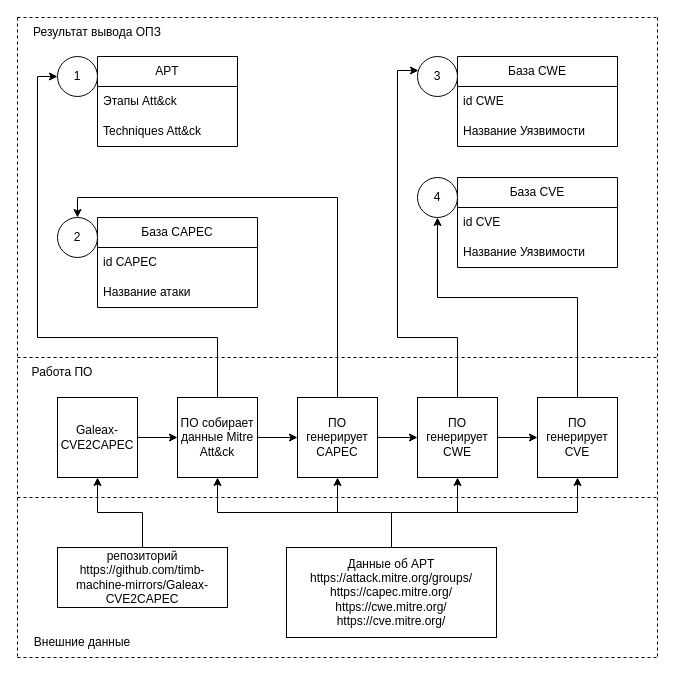
Earlier version of the draw.io diagram New_Shema_OPZ/(Обновленная схема ОПЗ) Входные данные.drawio (SmirnovBogdan8/Diplom). Source tidied: cells renumbered, new cells numbered last; positions are measured from the earlier drawing's top-left corner, leaving out a move shared by most shapes. Both pictures are drawn from the tidied source at 100%, with x=0, y=0 at pixel (17, 17).
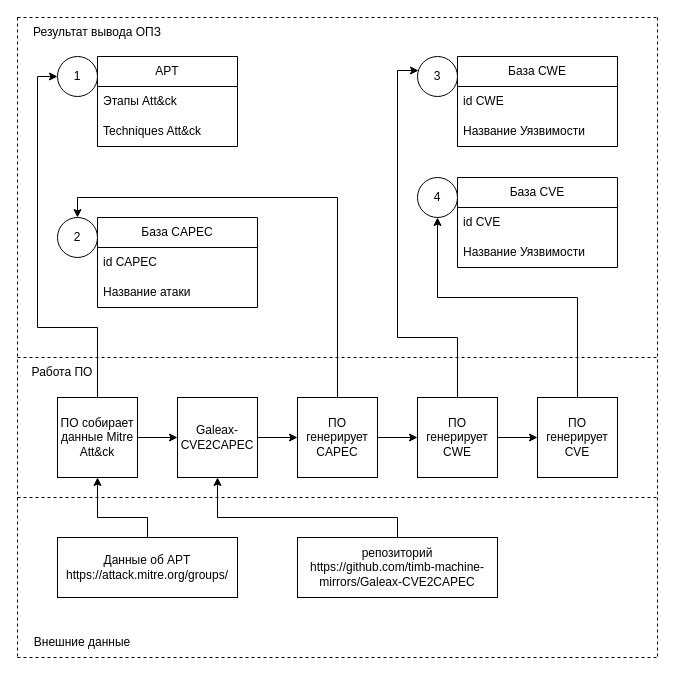
Above is the later version.

The change refers to these unchanged cells:
```xml
<mxCell id="16" value="ПО генерирует CAPEC" style="whiteSpace=wrap;html=1;" parent="1" vertex="1">
  <mxGeometry x="280" y="380" width="80" height="80" as="geometry" />
</mxCell>
<mxCell id="18" value="1" style="ellipse;whiteSpace=wrap;html=1;" parent="1" vertex="1">
  <mxGeometry x="40" y="39" width="40" height="40" as="geometry" />
</mxCell>
<mxCell id="24" value="ПО генерирует&lt;div&gt;CWE&lt;/div&gt;" style="whiteSpace=wrap;html=1;" parent="1" vertex="1">
  <mxGeometry x="400" y="380" width="80" height="80" as="geometry" />
</mxCell>
<mxCell id="26" value="ПО генерирует&lt;div&gt;CVE&lt;/div&gt;" style="whiteSpace=wrap;html=1;" parent="1" vertex="1">
  <mxGeometry x="520" y="380" width="80" height="80" as="geometry" />
</mxCell>
```

The edit, as a diff of the source:
```diff
@@
-    <mxCell id="29" style="edgeStyle=orthogonalEdgeStyle;rounded=0;jettySize=auto;html=1;" parent="1" edge="1" source="31" target="16">
-      <mxGeometry relative="1" as="geometry" />
-    </mxCell>
+    <mxCell id="47" style="edgeStyle=orthogonalEdgeStyle;rounded=0;jettySize=auto;html=1;" parent="1" edge="1" source="31" target="43">
+      <mxGeometry relative="1" as="geometry" />
+    </mxCell>
     <mxCell id="30" style="edgeStyle=orthogonalEdgeStyle;rounded=0;jettySize=auto;html=1;exitX=0.5;exitY=0;exitDx=0;exitDy=0;entryX=0;entryY=0.5;entryDx=0;entryDy=0;" parent="1" edge="1" source="31" target="18">
       <mxGeometry relative="1" as="geometry">
         <Array as="points">
-          <mxPoint x="200" y="320" />
-          <mxPoint x="20" y="320" />
+          <mxPoint x="80" y="310" />
+          <mxPoint x="20" y="310" />
           <mxPoint x="20" y="59" />
         </Array>
       </mxGeometry>
     </mxCell>
     <mxCell id="31" value="ПО собирает данные Mitre Att&amp;amp;ck" style="whiteSpace=wrap;html=1;" parent="1" vertex="1">
-      <mxGeometry x="160" y="380" width="80" height="80" as="geometry" />
+      <mxGeometry x="40" y="380" width="80" height="80" as="geometry" />
     </mxCell>
     <mxCell id="32" style="edgeStyle=orthogonalEdgeStyle;rounded=0;jettySize=auto;html=1;exitX=0.5;exitY=0;exitDx=0;exitDy=0;entryX=0.5;entryY=1;entryDx=0;entryDy=0;" parent="1" edge="1" source="36" target="31">
-      <mxGeometry relative="1" as="geometry" />
+      <mxGeometry relative="1" as="geometry">
+        <Array as="points">
+          <mxPoint x="130" y="500" />
+          <mxPoint x="80" y="500" />
+        </Array>
+      </mxGeometry>
     </mxCell>
-    <mxCell id="33" style="edgeStyle=orthogonalEdgeStyle;rounded=0;jettySize=auto;html=1;exitX=0.5;exitY=0;exitDx=0;exitDy=0;entryX=0.5;entryY=1;entryDx=0;entryDy=0;" parent="1" edge="1" source="36" target="16">
-      <mxGeometry relative="1" as="geometry" />
-    </mxCell>
-    <mxCell id="34" style="edgeStyle=orthogonalEdgeStyle;rounded=0;jettySize=auto;html=1;exitX=0.5;exitY=0;exitDx=0;exitDy=0;entryX=0.5;entryY=1;entryDx=0;entryDy=0;" parent="1" edge="1" source="36" target="24">
-      <mxGeometry relative="1" as="geometry" />
-    </mxCell>
-    <mxCell id="35" style="edgeStyle=orthogonalEdgeStyle;rounded=0;jettySize=auto;html=1;exitX=0.5;exitY=0;exitDx=0;exitDy=0;entryX=0.5;entryY=1;entryDx=0;entryDy=0;" parent="1" edge="1" source="36" target="26">
-      <mxGeometry relative="1" as="geometry" />
-    </mxCell>
-    <mxCell id="36" value="Данные об APT&lt;br&gt;https://attack.mitre.org/groups/&lt;div&gt;https://capec.mitre.org/&lt;br&gt;&lt;/div&gt;&lt;div&gt;https://cwe.mitre.org/&lt;br&gt;&lt;/div&gt;&lt;div&gt;https://cve.mitre.org/&lt;br&gt;&lt;/div&gt;" style="rounded=0;whiteSpace=wrap;html=1;" parent="1" vertex="1">
-      <mxGeometry x="269" y="530" width="210" height="90" as="geometry" />
+    <mxCell id="36" value="Данные об APT&lt;br&gt;https://attack.mitre.org/groups/" style="rounded=0;whiteSpace=wrap;html=1;" parent="1" vertex="1">
+      <mxGeometry x="40" y="520" width="180" height="60" as="geometry" />
     </mxCell>
@@
-    <mxCell id="42" style="edgeStyle=orthogonalEdgeStyle;rounded=0;jettySize=auto;html=1;" parent="1" edge="1" source="43" target="31">
-      <mxGeometry relative="1" as="geometry" />
-    </mxCell>
+    <mxCell id="48" style="edgeStyle=orthogonalEdgeStyle;rounded=0;jettySize=auto;html=1;" parent="1" edge="1" source="43" target="16">
+      <mxGeometry relative="1" as="geometry" />
+    </mxCell>
     <mxCell id="43" value="&lt;div&gt;Galeax-CVE2CAPEC&lt;/div&gt;" style="whiteSpace=wrap;html=1;" parent="1" vertex="1">
-      <mxGeometry x="40" y="380" width="80" height="80" as="geometry" />
+      <mxGeometry x="160" y="380" width="80" height="80" as="geometry" />
     </mxCell>
@@
     <mxCell id="45" style="edgeStyle=orthogonalEdgeStyle;rounded=0;jettySize=auto;html=1;entryX=0.5;entryY=1;entryDx=0;entryDy=0;" parent="1" edge="1" source="46" target="43">
       <mxGeometry relative="1" as="geometry">
         <Array as="points">
-          <mxPoint x="125" y="495" />
-          <mxPoint x="80" y="495" />
+          <mxPoint x="380" y="500" />
+          <mxPoint x="200" y="500" />
         </Array>
       </mxGeometry>
     </mxCell>
     <mxCell id="46" value="репозиторий&lt;br&gt;https://github.com/timb-machine-mirrors/Galeax-CVE2CAPEC" style="rounded=0;whiteSpace=wrap;html=1;" parent="1" vertex="1">
-      <mxGeometry x="40" y="530" width="170" height="60" as="geometry" />
+      <mxGeometry x="280" y="520" width="200" height="60" as="geometry" />
     </mxCell>
```
